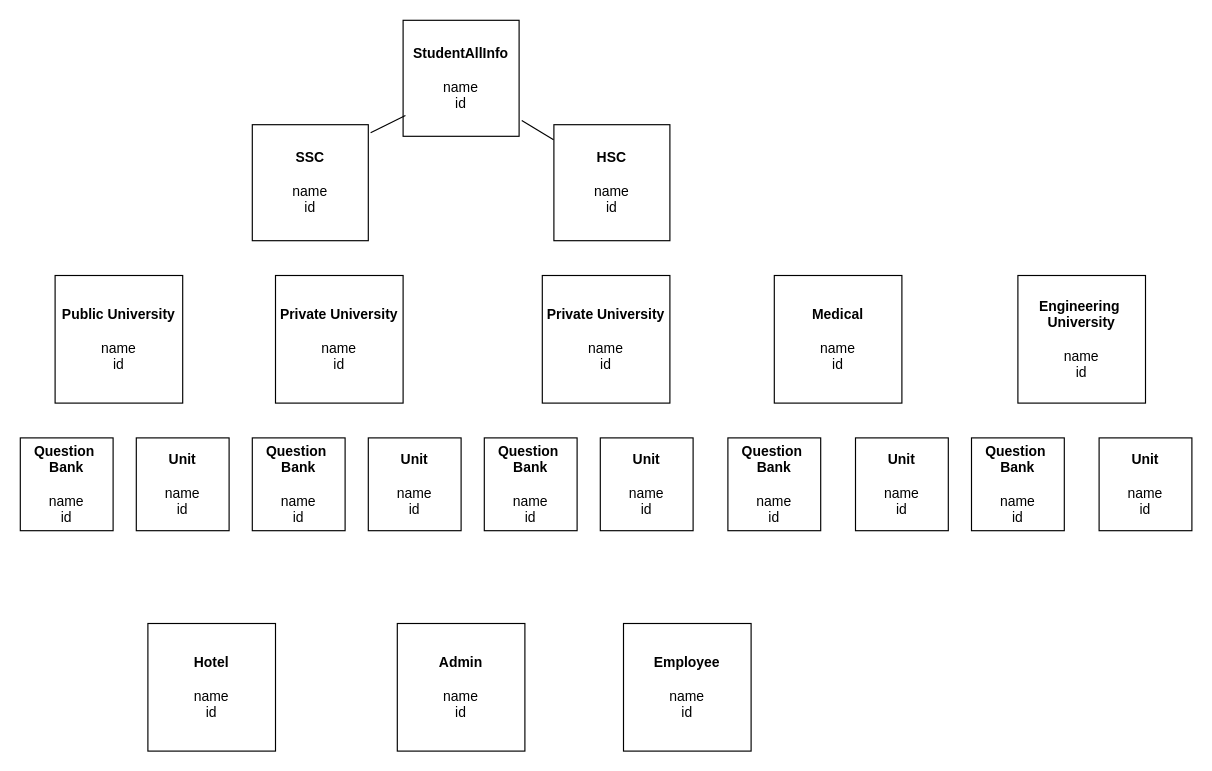
Above: class_diagram_uas.drawio in SabiulSabit/UML-Diagram-For-Project (draw.io), before the change. Source tidied: cells renumbered, new cells numbered last; positions are measured from the earlier drawing's top-left corner, leaving out a move shared by most shapes. Both pictures are drawn from the tidied source at 116%, with x=0, y=0 at pixel (20, 20).
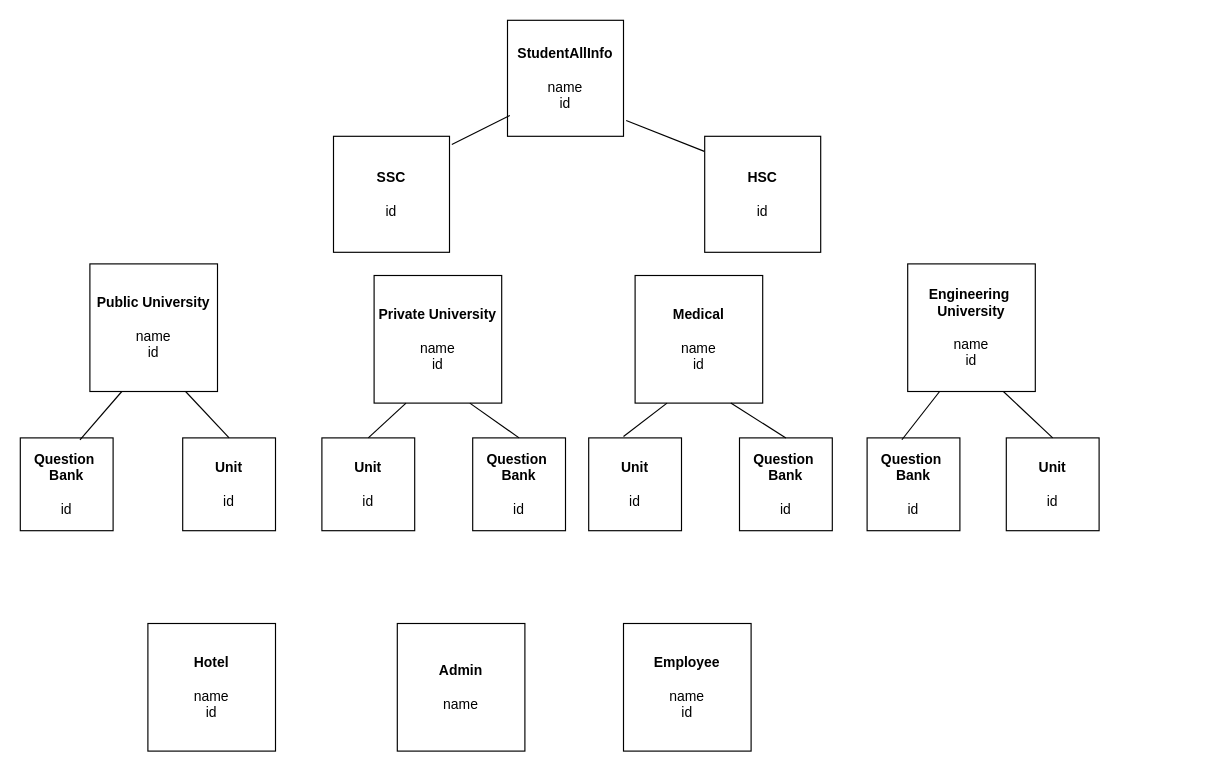
The same page after the edit.

What changed in the source:
```diff
@@
     <mxCell id="2" value="&lt;b&gt;StudentAllInfo&lt;br&gt;&lt;br&gt;&lt;/b&gt;name&lt;br&gt;id&lt;br&gt;" style="whiteSpace=wrap;html=1;" parent="1" vertex="1">
-      <mxGeometry x="330" width="100" height="100" as="geometry" />
+      <mxGeometry x="420" width="100" height="100" as="geometry" />
     </mxCell>
     <mxCell id="3" value="&lt;b&gt;Public University&lt;br&gt;&lt;br&gt;&lt;/b&gt;name&lt;br&gt;id" style="whiteSpace=wrap;html=1;" parent="1" vertex="1">
-      <mxGeometry x="30" y="220" width="110" height="110" as="geometry" />
+      <mxGeometry x="60" y="210" width="110" height="110" as="geometry" />
     </mxCell>
     <mxCell id="4" value="&lt;b&gt;Private University&lt;br&gt;&lt;br&gt;&lt;/b&gt;name&lt;br&gt;id" style="whiteSpace=wrap;html=1;" parent="1" vertex="1">
-      <mxGeometry x="220" y="220" width="110" height="110" as="geometry" />
+      <mxGeometry x="305" y="220" width="110" height="110" as="geometry" />
     </mxCell>
-    <mxCell id="5" value="&lt;b&gt;Private University&lt;br&gt;&lt;br&gt;&lt;/b&gt;name&lt;br&gt;id" style="whiteSpace=wrap;html=1;" parent="1" vertex="1">
-      <mxGeometry x="450" y="220" width="110" height="110" as="geometry" />
-    </mxCell>
     <mxCell id="6" value="&lt;b&gt;Medical&lt;br&gt;&lt;br&gt;&lt;/b&gt;name&lt;br&gt;id" style="whiteSpace=wrap;html=1;" parent="1" vertex="1">
-      <mxGeometry x="650" y="220" width="110" height="110" as="geometry" />
+      <mxGeometry x="530" y="220" width="110" height="110" as="geometry" />
     </mxCell>
     <mxCell id="7" value="&lt;b&gt;Engineering&amp;nbsp;&lt;br&gt;University&lt;/b&gt;&lt;br&gt;&lt;br&gt;name&lt;br&gt;id" style="whiteSpace=wrap;html=1;" parent="1" vertex="1">
-      <mxGeometry x="860" y="220" width="110" height="110" as="geometry" />
+      <mxGeometry x="765" y="210" width="110" height="110" as="geometry" />
     </mxCell>
@@
-    <mxCell id="9" value="&lt;b&gt;Admin&lt;br&gt;&lt;br&gt;&lt;/b&gt;name&lt;br&gt;id" style="whiteSpace=wrap;html=1;" parent="1" vertex="1">
+    <mxCell id="9" value="&lt;b&gt;Admin&lt;br&gt;&lt;br&gt;&lt;/b&gt;name&lt;br&gt;" style="whiteSpace=wrap;html=1;" parent="1" vertex="1">
       <mxGeometry x="325" y="520" width="110" height="110" as="geometry" />
     </mxCell>
@@
-    <mxCell id="11" value="&lt;b&gt;SSC&lt;br&gt;&lt;br&gt;&lt;/b&gt;name&lt;br&gt;id" style="whiteSpace=wrap;html=1;" parent="1" vertex="1">
-      <mxGeometry x="200" y="90" width="100" height="100" as="geometry" />
+    <mxCell id="11" value="&lt;b&gt;SSC&lt;br&gt;&lt;/b&gt;&lt;br&gt;id" style="whiteSpace=wrap;html=1;" parent="1" vertex="1">
+      <mxGeometry x="270" y="100" width="100" height="100" as="geometry" />
     </mxCell>
-    <mxCell id="12" value="&lt;b&gt;HSC&lt;br&gt;&lt;br&gt;&lt;/b&gt;name&lt;br&gt;id" style="whiteSpace=wrap;html=1;" parent="1" vertex="1">
-      <mxGeometry x="460" y="90" width="100" height="100" as="geometry" />
+    <mxCell id="12" value="&lt;b&gt;HSC&lt;br&gt;&lt;/b&gt;&lt;br&gt;id" style="whiteSpace=wrap;html=1;" parent="1" vertex="1">
+      <mxGeometry x="590" y="100" width="100" height="100" as="geometry" />
     </mxCell>
@@
-    <mxCell id="15" value="&lt;b&gt;Question&amp;nbsp;&lt;br&gt;Bank&lt;/b&gt;&lt;br&gt;&lt;br&gt;name&lt;br&gt;id" style="whiteSpace=wrap;html=1;" parent="1" vertex="1">
+    <mxCell id="15" value="&lt;b&gt;Question&amp;nbsp;&lt;br&gt;Bank&lt;/b&gt;&lt;br&gt;&lt;br&gt;id" style="whiteSpace=wrap;html=1;" parent="1" vertex="1">
       <mxGeometry y="360" width="80" height="80" as="geometry" />
     </mxCell>
-    <mxCell id="16" value="&lt;b&gt;Unit&lt;/b&gt;&lt;br&gt;&lt;br&gt;name&lt;br&gt;id" style="whiteSpace=wrap;html=1;" parent="1" vertex="1">
-      <mxGeometry x="100" y="360" width="80" height="80" as="geometry" />
+    <mxCell id="16" value="&lt;b&gt;Unit&lt;/b&gt;&lt;br&gt;&lt;br&gt;id" style="whiteSpace=wrap;html=1;" parent="1" vertex="1">
+      <mxGeometry x="140" y="360" width="80" height="80" as="geometry" />
     </mxCell>
-    <mxCell id="17" value="&lt;b&gt;Unit&lt;/b&gt;&lt;br&gt;&lt;br&gt;name&lt;br&gt;id" style="whiteSpace=wrap;html=1;" parent="1" vertex="1">
-      <mxGeometry x="300" y="360" width="80" height="80" as="geometry" />
+    <mxCell id="17" value="&lt;b&gt;Unit&lt;/b&gt;&lt;br&gt;&lt;br&gt;id" style="whiteSpace=wrap;html=1;" parent="1" vertex="1">
+      <mxGeometry x="260" y="360" width="80" height="80" as="geometry" />
     </mxCell>
-    <mxCell id="18" value="&lt;b&gt;Question&amp;nbsp;&lt;br&gt;Bank&lt;/b&gt;&lt;br&gt;&lt;br&gt;name&lt;br&gt;id" style="whiteSpace=wrap;html=1;" parent="1" vertex="1">
-      <mxGeometry x="200" y="360" width="80" height="80" as="geometry" />
-    </mxCell>
-    <mxCell id="19" value="&lt;b&gt;Unit&lt;/b&gt;&lt;br&gt;&lt;br&gt;name&lt;br&gt;id" style="whiteSpace=wrap;html=1;" parent="1" vertex="1">
-      <mxGeometry x="500" y="360" width="80" height="80" as="geometry" />
+    <mxCell id="19" value="&lt;b&gt;Unit&lt;/b&gt;&lt;br&gt;&lt;br&gt;id" style="whiteSpace=wrap;html=1;" parent="1" vertex="1">
+      <mxGeometry x="490" y="360" width="80" height="80" as="geometry" />
     </mxCell>
-    <mxCell id="20" value="&lt;b&gt;Question&amp;nbsp;&lt;br&gt;Bank&lt;/b&gt;&lt;br&gt;&lt;br&gt;name&lt;br&gt;id" style="whiteSpace=wrap;html=1;" parent="1" vertex="1">
-      <mxGeometry x="400" y="360" width="80" height="80" as="geometry" />
+    <mxCell id="20" value="&lt;b&gt;Question&amp;nbsp;&lt;br&gt;Bank&lt;/b&gt;&lt;br&gt;&lt;br&gt;id" style="whiteSpace=wrap;html=1;" parent="1" vertex="1">
+      <mxGeometry x="390" y="360" width="80" height="80" as="geometry" />
     </mxCell>
-    <mxCell id="21" value="&lt;b&gt;Unit&lt;/b&gt;&lt;br&gt;&lt;br&gt;name&lt;br&gt;id" style="whiteSpace=wrap;html=1;" parent="1" vertex="1">
-      <mxGeometry x="720" y="360" width="80" height="80" as="geometry" />
-    </mxCell>
-    <mxCell id="22" value="&lt;b&gt;Question&amp;nbsp;&lt;br&gt;Bank&lt;/b&gt;&lt;br&gt;&lt;br&gt;name&lt;br&gt;id" style="whiteSpace=wrap;html=1;" parent="1" vertex="1">
-      <mxGeometry x="610" y="360" width="80" height="80" as="geometry" />
+    <mxCell id="22" value="&lt;b&gt;Question&amp;nbsp;&lt;br&gt;Bank&lt;/b&gt;&lt;br&gt;&lt;br&gt;id" style="whiteSpace=wrap;html=1;" parent="1" vertex="1">
+      <mxGeometry x="620" y="360" width="80" height="80" as="geometry" />
     </mxCell>
-    <mxCell id="23" value="&lt;b&gt;Unit&lt;/b&gt;&lt;br&gt;&lt;br&gt;name&lt;br&gt;id" style="whiteSpace=wrap;html=1;" parent="1" vertex="1">
-      <mxGeometry x="930" y="360" width="80" height="80" as="geometry" />
+    <mxCell id="23" value="&lt;b&gt;Unit&lt;/b&gt;&lt;br&gt;&lt;br&gt;id" style="whiteSpace=wrap;html=1;" parent="1" vertex="1">
+      <mxGeometry x="850" y="360" width="80" height="80" as="geometry" />
     </mxCell>
-    <mxCell id="24" value="&lt;b&gt;Question&amp;nbsp;&lt;br&gt;Bank&lt;/b&gt;&lt;br&gt;&lt;br&gt;name&lt;br&gt;id" style="whiteSpace=wrap;html=1;" parent="1" vertex="1">
-      <mxGeometry x="820" y="360" width="80" height="80" as="geometry" />
+    <mxCell id="24" value="&lt;b&gt;Question&amp;nbsp;&lt;br&gt;Bank&lt;/b&gt;&lt;br&gt;&lt;br&gt;id" style="whiteSpace=wrap;html=1;" parent="1" vertex="1">
+      <mxGeometry x="730" y="360" width="80" height="80" as="geometry" />
     </mxCell>
+    <mxCell id="25" style="endArrow=none;html=1;exitX=0.75;exitY=1;exitDx=0;exitDy=0;entryX=0.5;entryY=0;entryDx=0;entryDy=0;" parent="1" edge="1" source="3" target="16">
+      <mxGeometry relative="1" as="geometry" />
+    </mxCell>
+    <mxCell id="26" style="endArrow=none;html=1;exitX=0.25;exitY=1;exitDx=0;exitDy=0;entryX=0.643;entryY=0.02;entryDx=0;entryDy=0;entryPerimeter=0;" parent="1" edge="1" source="3" target="15">
+      <mxGeometry relative="1" as="geometry" />
+    </mxCell>
+    <mxCell id="27" style="endArrow=none;html=1;exitX=0.25;exitY=1;exitDx=0;exitDy=0;entryX=0.5;entryY=0;entryDx=0;entryDy=0;" parent="1" edge="1" source="4" target="17">
+      <mxGeometry relative="1" as="geometry" />
+    </mxCell>
+    <mxCell id="28" style="endArrow=none;html=1;exitX=0.75;exitY=1;exitDx=0;exitDy=0;entryX=0.5;entryY=0;entryDx=0;entryDy=0;" parent="1" edge="1" source="4" target="20">
+      <mxGeometry relative="1" as="geometry" />
+    </mxCell>
+    <mxCell id="29" style="endArrow=none;html=1;exitX=0.25;exitY=1;exitDx=0;exitDy=0;entryX=0.375;entryY=-0.016;entryDx=0;entryDy=0;entryPerimeter=0;" parent="1" edge="1" source="6" target="19">
+      <mxGeometry relative="1" as="geometry" />
+    </mxCell>
+    <mxCell id="30" style="endArrow=none;html=1;entryX=0.75;entryY=1;entryDx=0;entryDy=0;exitX=0.5;exitY=0;exitDx=0;exitDy=0;" parent="1" edge="1" source="22" target="6">
+      <mxGeometry relative="1" as="geometry" />
+    </mxCell>
+    <mxCell id="31" style="endArrow=none;html=1;entryX=0.25;entryY=1;entryDx=0;entryDy=0;exitX=0.375;exitY=0.02;exitDx=0;exitDy=0;exitPerimeter=0;" parent="1" edge="1" source="24" target="7">
+      <mxGeometry relative="1" as="geometry" />
+    </mxCell>
+    <mxCell id="32" style="endArrow=none;html=1;entryX=0.75;entryY=1;entryDx=0;entryDy=0;exitX=0.5;exitY=0;exitDx=0;exitDy=0;" parent="1" edge="1" source="23" target="7">
+      <mxGeometry relative="1" as="geometry" />
+    </mxCell>
```
